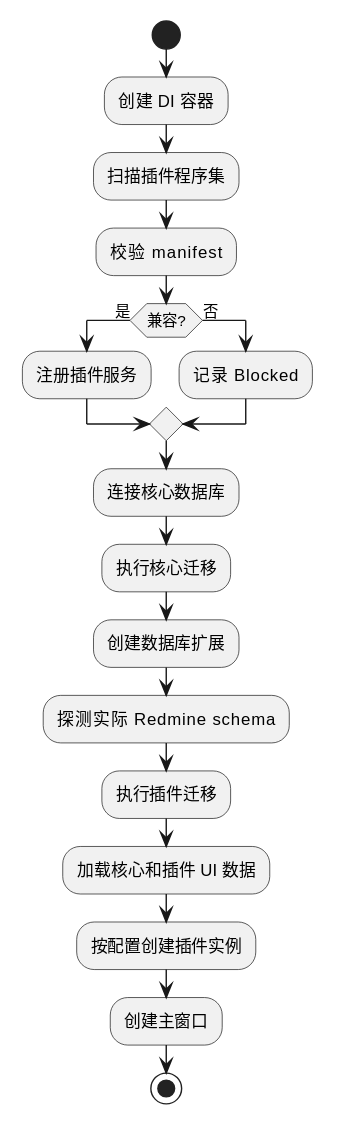
Earlier version of the PlantUML export Docs/diagrams/startup-lifecycle.svg (micro123/diary-app). Source of this version:
```plantuml
@startuml
start
:创建 DI 容器;
:扫描插件程序集;
:校验 manifest;
if (兼容?) then (是)
  :注册插件服务;
else (否)
  :记录 Blocked;
endif
:连接核心数据库;
:执行核心迁移;
:创建数据库扩展;
:探测实际 Redmine schema;
:执行插件迁移;
:加载核心和插件 UI 数据;
:按配置创建插件实例;
:创建主窗口;
stop
@enduml
```
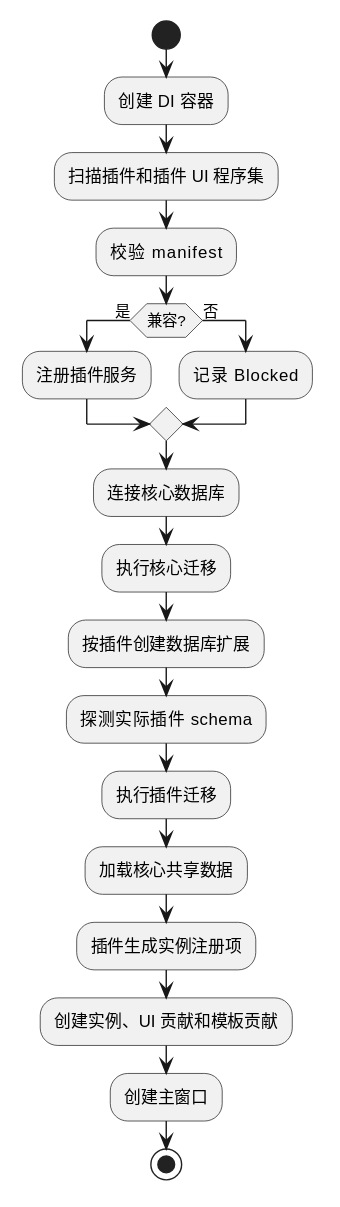
After the change.

Diff of the diagram source:
```diff
@@ -1,7 +1,7 @@
 @startuml
 start
 :创建 DI 容器;
-:扫描插件程序集;
+:扫描插件和插件 UI 程序集;
 :校验 manifest;
 if (兼容?) then (是)
   :注册插件服务;
@@ -10,11 +10,12 @@
 endif
 :连接核心数据库;
 :执行核心迁移;
-:创建数据库扩展;
-:探测实际 Redmine schema;
+:按插件创建数据库扩展;
+:探测实际插件 schema;
 :执行插件迁移;
-:加载核心和插件 UI 数据;
-:按配置创建插件实例;
+:加载核心共享数据;
+:插件生成实例注册项;
+:创建实例、UI 贡献和模板贡献;
 :创建主窗口;
 stop
 @enduml
```
